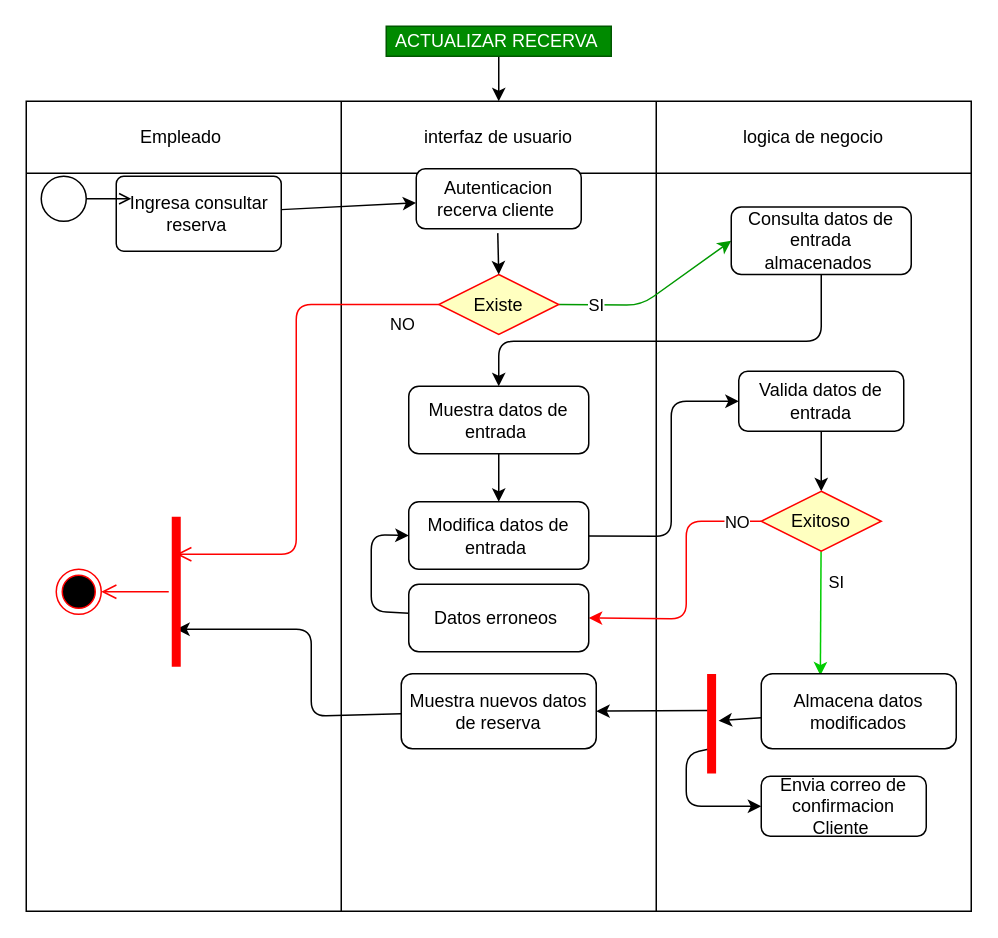
This is Diagramas_Actividad/DAE.3.2.drawio from DavidArtavia/Activity_Diagram-, a draw.io file, before an edit. Source tidied: cells renumbered, new cells numbered last; positions are measured from the earlier drawing's top-left corner, leaving out a move shared by most shapes. Both pictures are drawn from the tidied source at 150%, with x=0, y=0 at pixel (26, 26).
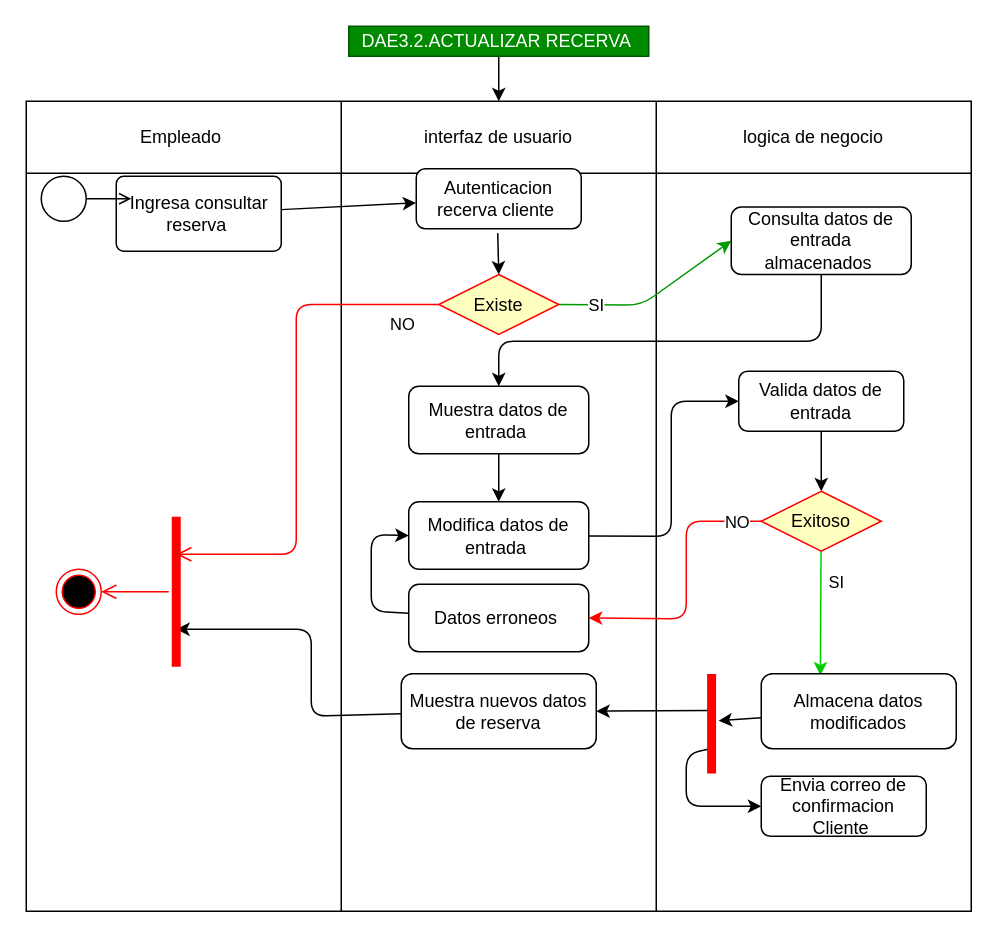
Above is the later version.

The edit, as a diff of the source:
```diff
@@
-    <mxCell id="23" value="ACTUALIZAR RECERVA&amp;nbsp;" style="text;html=1;align=center;verticalAlign=middle;points=[];rounded=0;fillColor=#008a00;fontColor=#ffffff;strokeColor=#005700;" parent="1" vertex="1">
-      <mxGeometry x="240" width="150" height="20" as="geometry" />
+    <mxCell id="23" value="DAE3.2.ACTUALIZAR RECERVA&amp;nbsp;" style="text;html=1;align=center;verticalAlign=middle;points=[];rounded=0;fillColor=#008a00;fontColor=#ffffff;strokeColor=#005700;" parent="1" vertex="1">
+      <mxGeometry x="215" width="200" height="20" as="geometry" />
     </mxCell>
```
